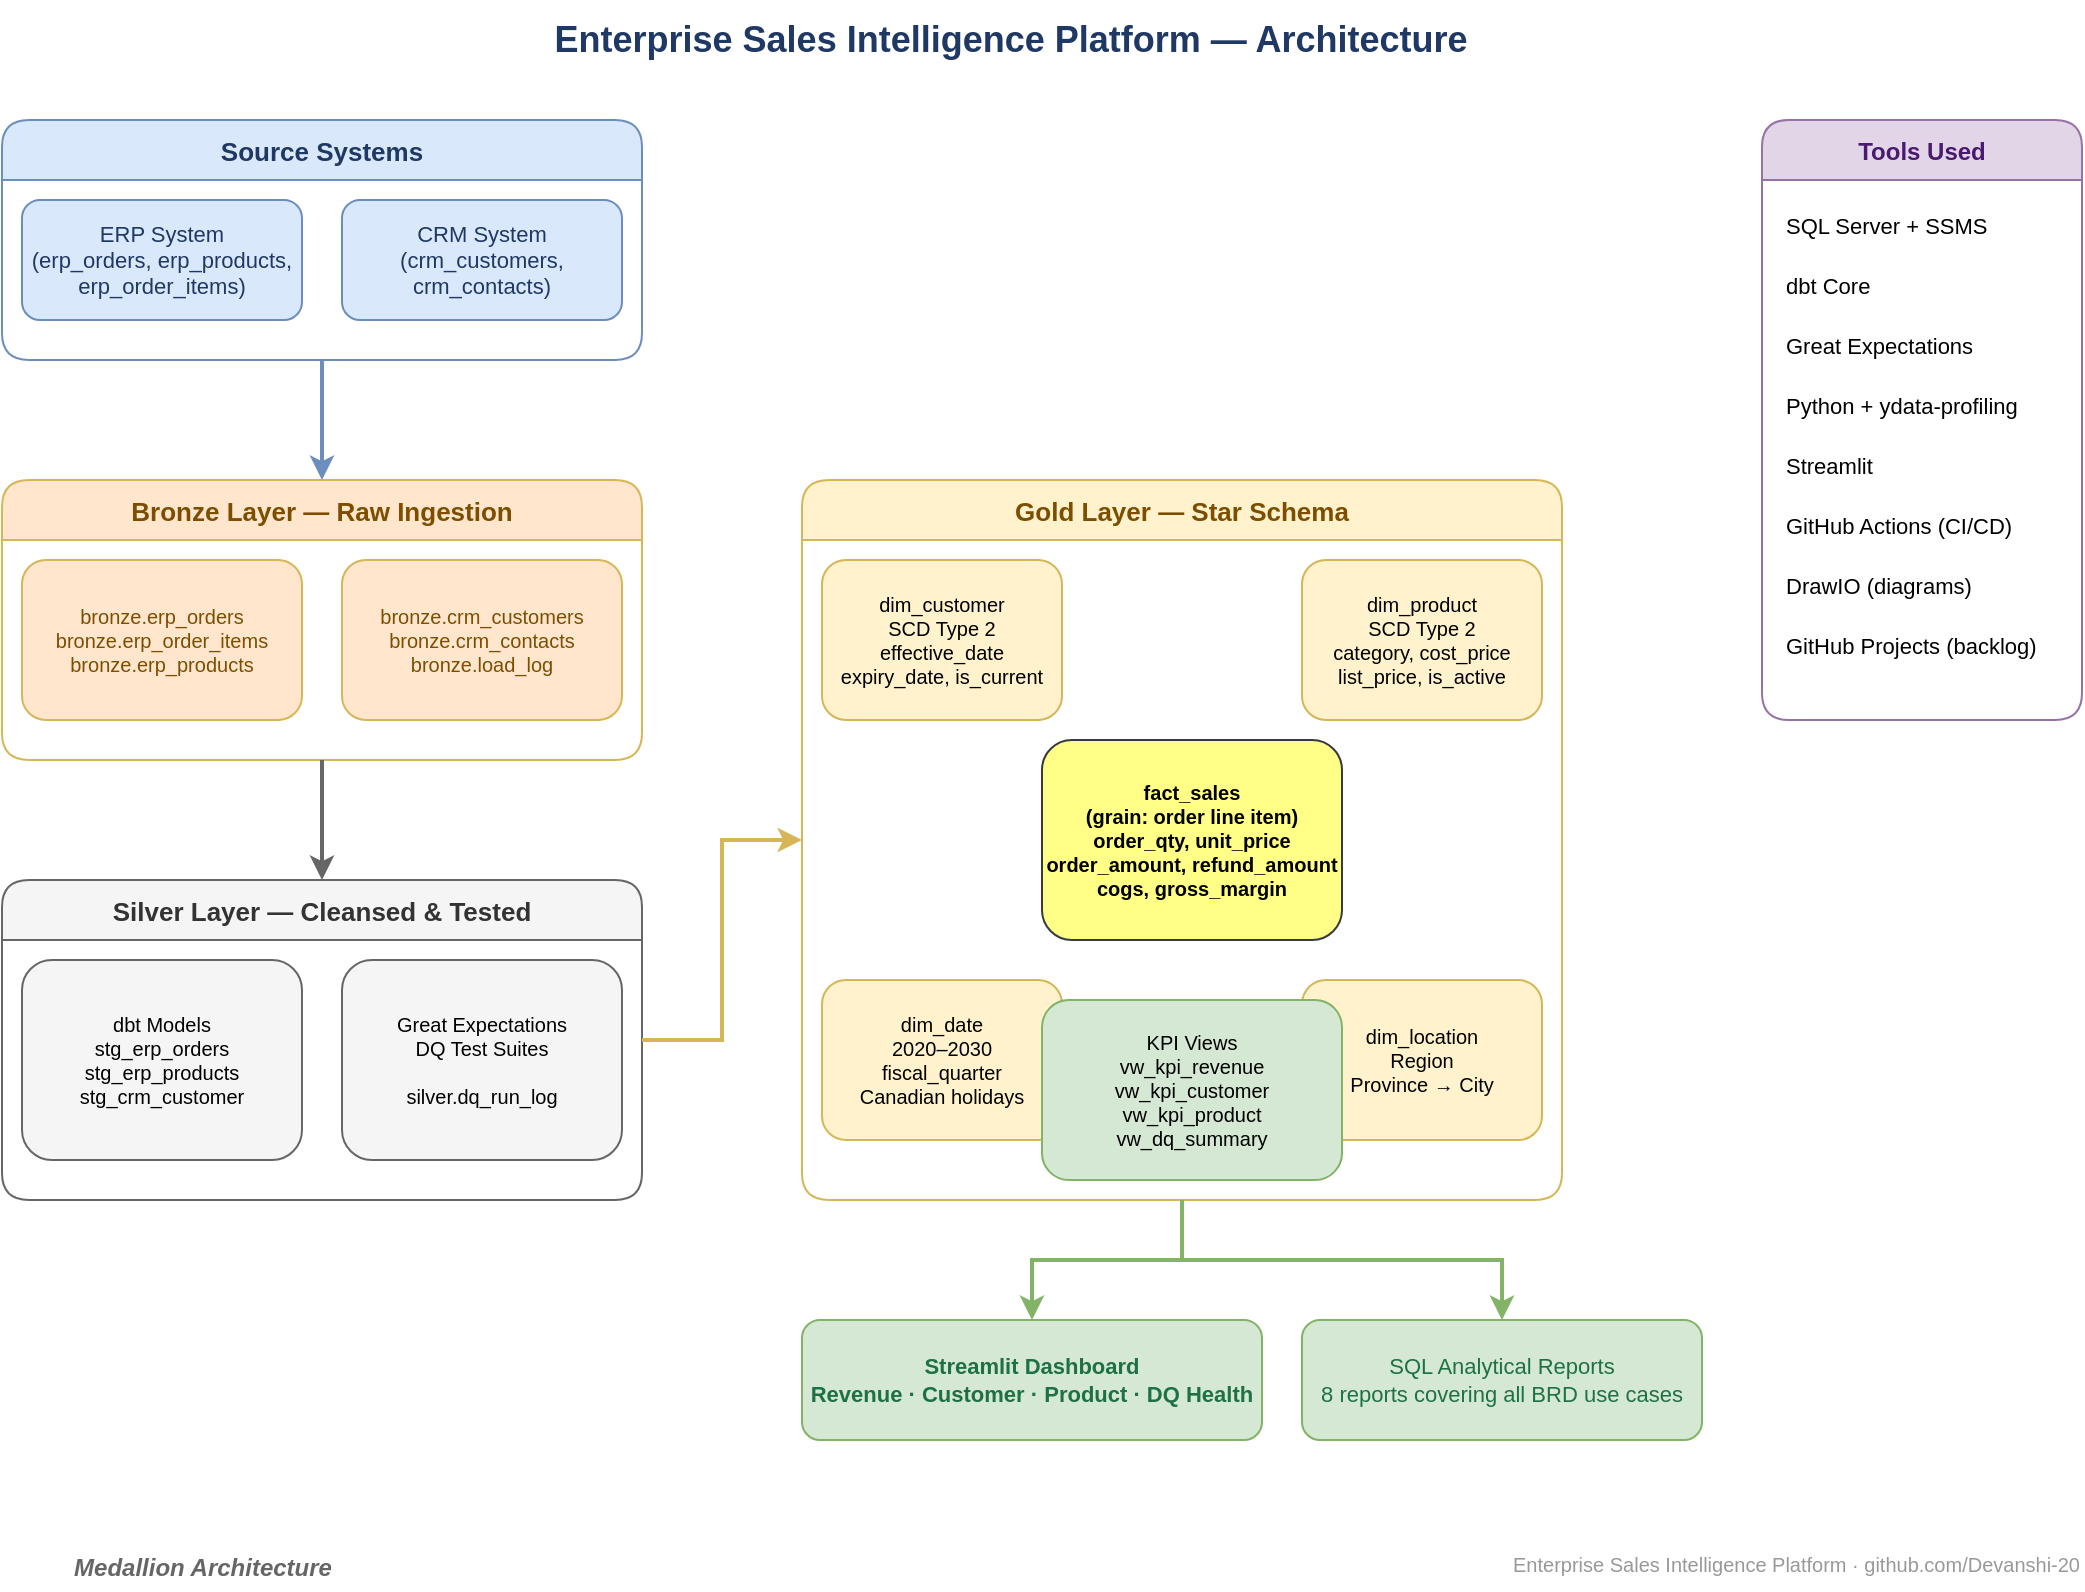
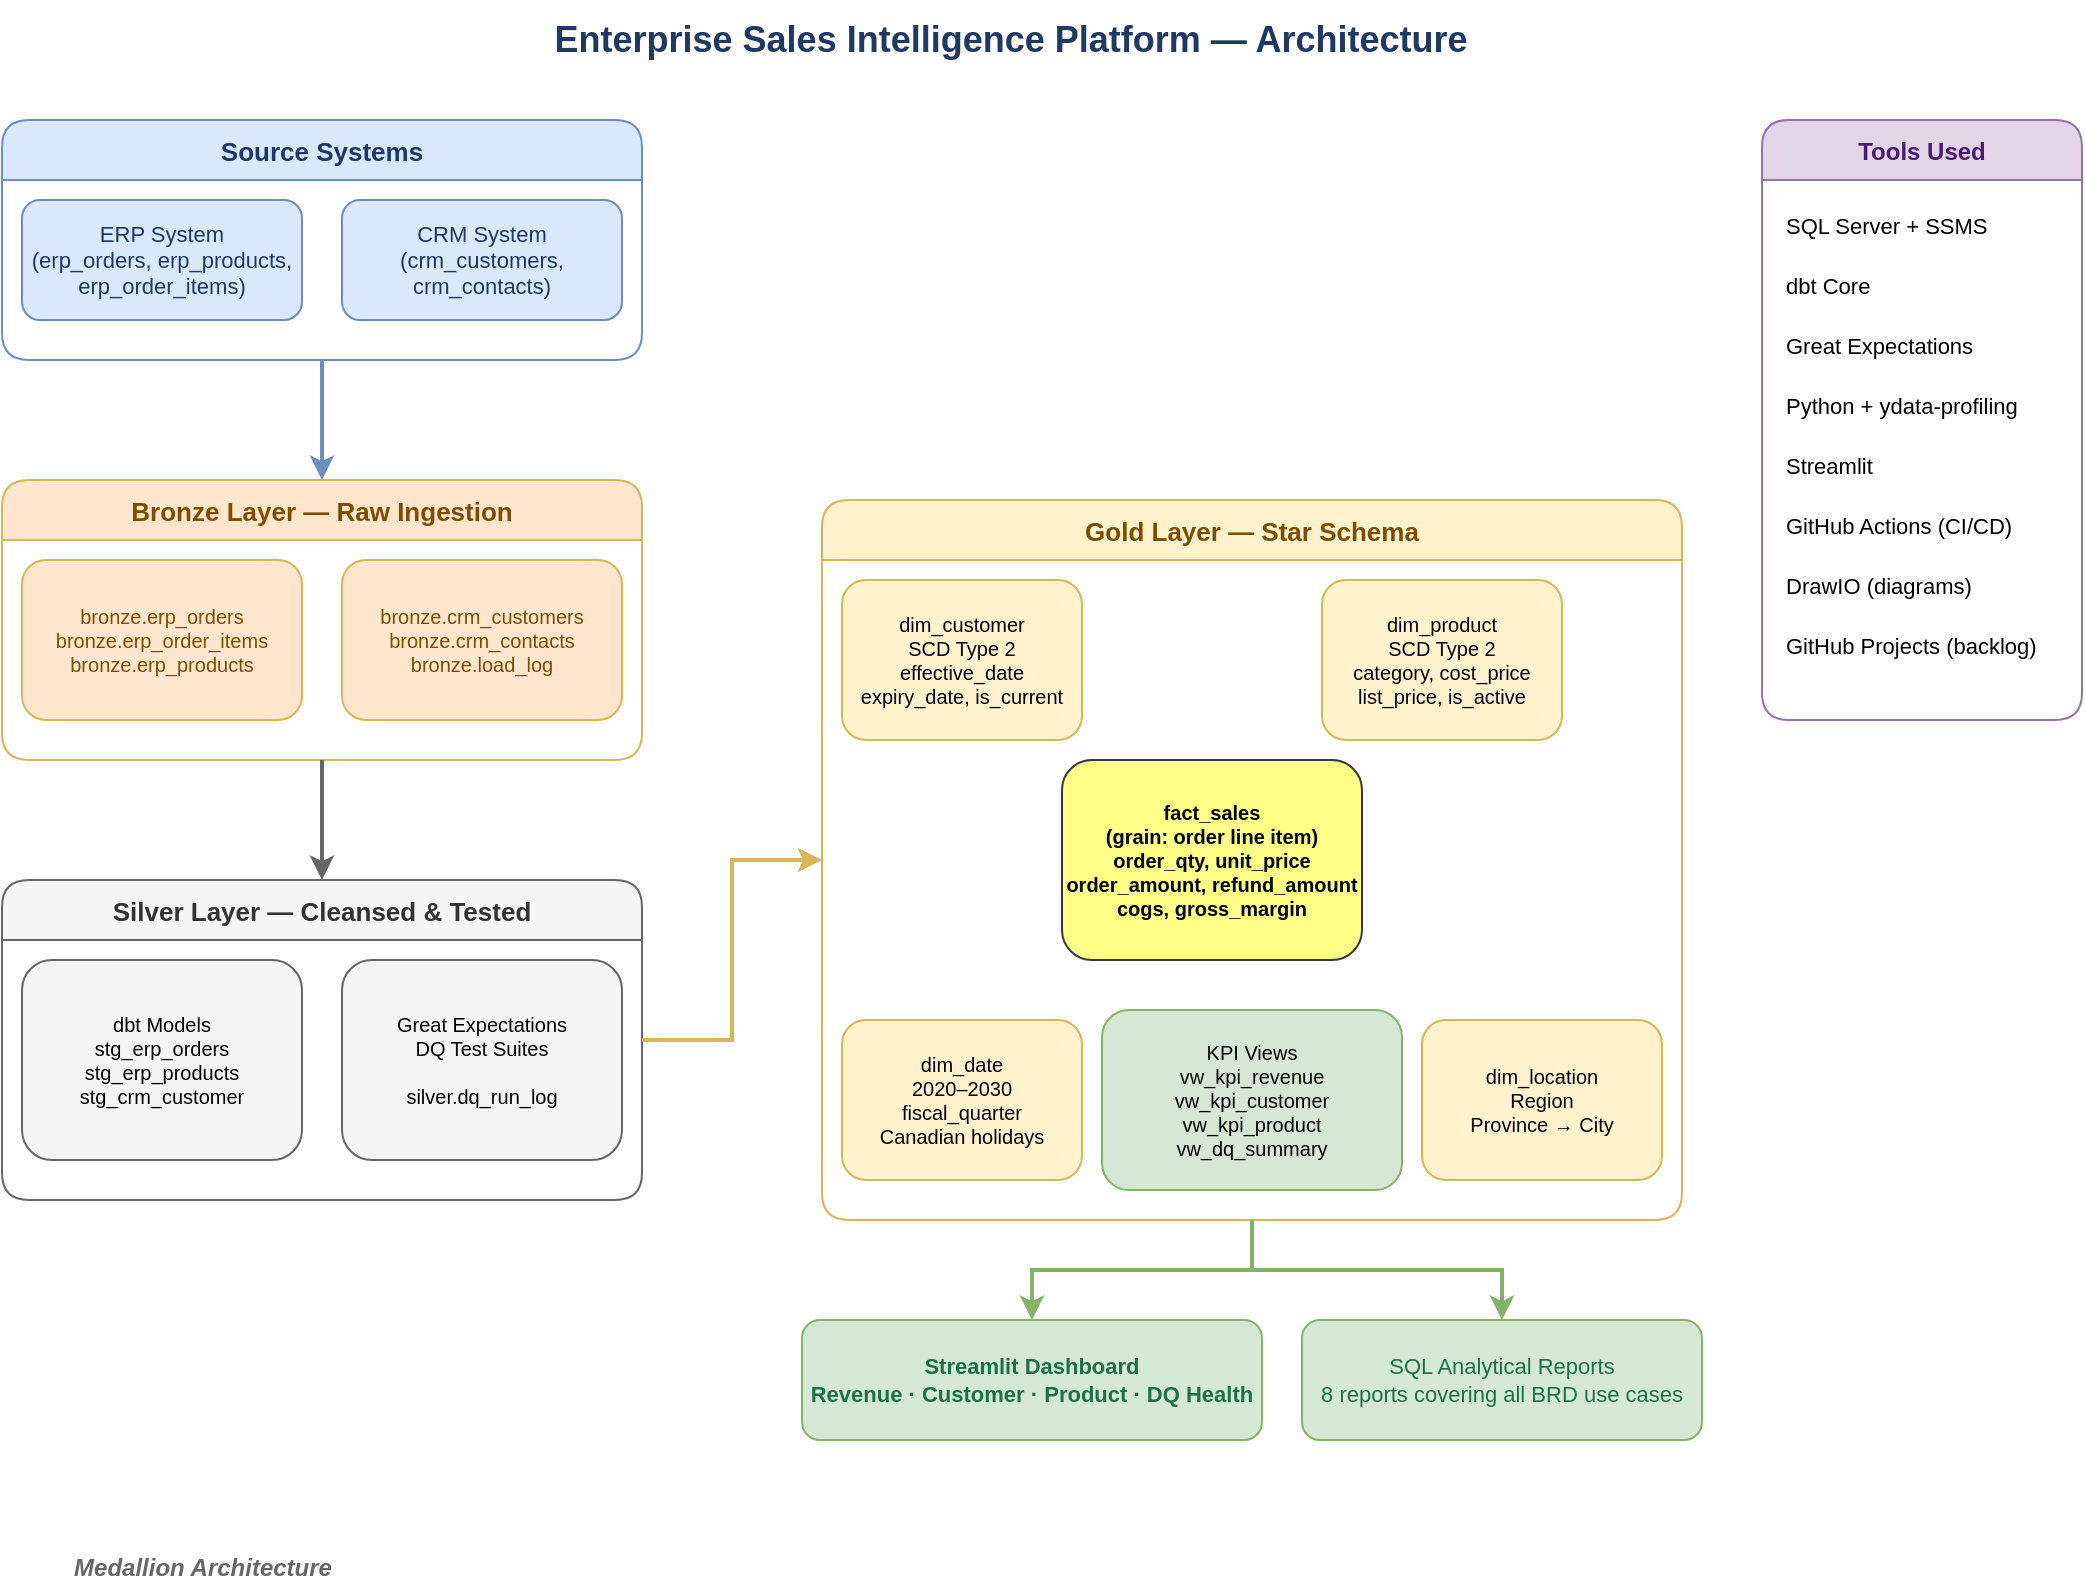
- <mxfile host="app.diagrams.net" version="21.0.0">
+ <mxfile host="app.diagrams.net">
  <diagram name="Architecture" id="architecture">
-     <mxGraphModel dx="1422" dy="762" grid="1" gridSize="10" guides="1" tooltips="1" connect="1" arrows="1" fold="1" page="1" pageScale="1" pageWidth="1169" pageHeight="827" math="0" shadow="0">
+     <mxGraphModel dx="1278" dy="825" grid="1" gridSize="10" guides="1" tooltips="1" connect="1" arrows="1" fold="1" page="1" pageScale="1" pageWidth="1169" pageHeight="827" math="0" shadow="0">
      <root>
-         <mxCell id="0"/>
-         <mxCell id="1" parent="0"/>
- 
-         <!-- TITLE -->
-         <mxCell id="title" value="Enterprise Sales Intelligence Platform — Architecture" style="text;html=1;strokeColor=none;fillColor=none;align=center;verticalAlign=middle;whiteSpace=wrap;rounded=0;fontSize=18;fontStyle=1;fontColor=#1F3864;" vertex="1" parent="1">
-           <mxGeometry x="200" y="20" width="769" height="40" as="geometry"/>
+         <mxCell id="0" />
+         <mxCell id="1" parent="0" />
+         <mxCell id="title" parent="1" style="text;html=1;strokeColor=none;fillColor=none;align=center;verticalAlign=middle;whiteSpace=wrap;rounded=0;fontSize=18;fontStyle=1;fontColor=#1F3864;" value="Enterprise Sales Intelligence Platform — Architecture" vertex="1">
+           <mxGeometry height="40" width="769" x="200" y="20" as="geometry" />
        </mxCell>
- 
-         <!-- SOURCE SYSTEMS CONTAINER -->
-         <mxCell id="src_container" value="Source Systems" style="swimlane;startSize=30;fillColor=#dae8fc;strokeColor=#6c8ebf;fontSize=13;fontStyle=1;fontColor=#1F3864;rounded=1;" vertex="1" parent="1">
-           <mxGeometry x="80" y="80" width="320" height="120" as="geometry"/>
+         <mxCell id="src_container" parent="1" style="swimlane;startSize=30;fillColor=#dae8fc;strokeColor=#6c8ebf;fontSize=13;fontStyle=1;fontColor=#1F3864;rounded=1;" value="Source Systems" vertex="1">
+           <mxGeometry height="120" width="320" x="80" y="80" as="geometry" />
        </mxCell>
-         <mxCell id="erp" value="ERP System&#xa;(erp_orders, erp_products, erp_order_items)" style="rounded=1;whiteSpace=wrap;html=1;fillColor=#dae8fc;strokeColor=#6c8ebf;fontSize=11;fontColor=#1F3864;" vertex="1" parent="src_container">
-           <mxGeometry x="10" y="40" width="140" height="60" as="geometry"/>
+         <mxCell id="erp" parent="src_container" style="rounded=1;whiteSpace=wrap;html=1;fillColor=#dae8fc;strokeColor=#6c8ebf;fontSize=11;fontColor=#1F3864;" value="ERP System&#xa;(erp_orders, erp_products, erp_order_items)" vertex="1">
+           <mxGeometry height="60" width="140" x="10" y="40" as="geometry" />
        </mxCell>
-         <mxCell id="crm" value="CRM System&#xa;(crm_customers, crm_contacts)" style="rounded=1;whiteSpace=wrap;html=1;fillColor=#dae8fc;strokeColor=#6c8ebf;fontSize=11;fontColor=#1F3864;" vertex="1" parent="src_container">
-           <mxGeometry x="170" y="40" width="140" height="60" as="geometry"/>
+         <mxCell id="crm" parent="src_container" style="rounded=1;whiteSpace=wrap;html=1;fillColor=#dae8fc;strokeColor=#6c8ebf;fontSize=11;fontColor=#1F3864;" value="CRM System&#xa;(crm_customers, crm_contacts)" vertex="1">
+           <mxGeometry height="60" width="140" x="170" y="40" as="geometry" />
        </mxCell>
- 
-         <!-- BRONZE LAYER -->
-         <mxCell id="bronze_container" value="Bronze Layer — Raw Ingestion" style="swimlane;startSize=30;fillColor=#ffe6cc;strokeColor=#d6b656;fontSize=13;fontStyle=1;fontColor=#7d4e00;rounded=1;" vertex="1" parent="1">
-           <mxGeometry x="80" y="260" width="320" height="140" as="geometry"/>
+         <mxCell id="bronze_container" parent="1" style="swimlane;startSize=30;fillColor=#ffe6cc;strokeColor=#d6b656;fontSize=13;fontStyle=1;fontColor=#7d4e00;rounded=1;" value="Bronze Layer — Raw Ingestion" vertex="1">
+           <mxGeometry height="140" width="320" x="80" y="260" as="geometry" />
        </mxCell>
-         <mxCell id="bronze_erp" value="bronze.erp_orders&#xa;bronze.erp_order_items&#xa;bronze.erp_products" style="rounded=1;whiteSpace=wrap;html=1;fillColor=#ffe6cc;strokeColor=#d6b656;fontSize=10;fontColor=#7d4e00;" vertex="1" parent="bronze_container">
-           <mxGeometry x="10" y="40" width="140" height="80" as="geometry"/>
+         <mxCell id="bronze_erp" parent="bronze_container" style="rounded=1;whiteSpace=wrap;html=1;fillColor=#ffe6cc;strokeColor=#d6b656;fontSize=10;fontColor=#7d4e00;" value="bronze.erp_orders&#xa;bronze.erp_order_items&#xa;bronze.erp_products" vertex="1">
+           <mxGeometry height="80" width="140" x="10" y="40" as="geometry" />
        </mxCell>
-         <mxCell id="bronze_crm" value="bronze.crm_customers&#xa;bronze.crm_contacts&#xa;bronze.load_log" style="rounded=1;whiteSpace=wrap;html=1;fillColor=#ffe6cc;strokeColor=#d6b656;fontSize=10;fontColor=#7d4e00;" vertex="1" parent="bronze_container">
-           <mxGeometry x="170" y="40" width="140" height="80" as="geometry"/>
+         <mxCell id="bronze_crm" parent="bronze_container" style="rounded=1;whiteSpace=wrap;html=1;fillColor=#ffe6cc;strokeColor=#d6b656;fontSize=10;fontColor=#7d4e00;" value="bronze.crm_customers&#xa;bronze.crm_contacts&#xa;bronze.load_log" vertex="1">
+           <mxGeometry height="80" width="140" x="170" y="40" as="geometry" />
        </mxCell>
- 
-         <!-- SILVER LAYER -->
-         <mxCell id="silver_container" value="Silver Layer — Cleansed &amp; Tested" style="swimlane;startSize=30;fillColor=#f5f5f5;strokeColor=#666666;fontSize=13;fontStyle=1;fontColor=#333333;rounded=1;" vertex="1" parent="1">
-           <mxGeometry x="80" y="460" width="320" height="160" as="geometry"/>
+         <mxCell id="silver_container" parent="1" style="swimlane;startSize=30;fillColor=#f5f5f5;strokeColor=#666666;fontSize=13;fontStyle=1;fontColor=#333333;rounded=1;" value="Silver Layer — Cleansed &amp; Tested" vertex="1">
+           <mxGeometry height="160" width="320" x="80" y="460" as="geometry" />
        </mxCell>
-         <mxCell id="silver_dbt" value="dbt Models&#xa;stg_erp_orders&#xa;stg_erp_products&#xa;stg_crm_customer" style="rounded=1;whiteSpace=wrap;html=1;fillColor=#f5f5f5;strokeColor=#666666;fontSize=10;" vertex="1" parent="silver_container">
-           <mxGeometry x="10" y="40" width="140" height="100" as="geometry"/>
+         <mxCell id="silver_dbt" parent="silver_container" style="rounded=1;whiteSpace=wrap;html=1;fillColor=#f5f5f5;strokeColor=#666666;fontSize=10;" value="dbt Models&#xa;stg_erp_orders&#xa;stg_erp_products&#xa;stg_crm_customer" vertex="1">
+           <mxGeometry height="100" width="140" x="10" y="40" as="geometry" />
        </mxCell>
-         <mxCell id="silver_ge" value="Great Expectations&#xa;DQ Test Suites&#xa;&#xa;silver.dq_run_log" style="rounded=1;whiteSpace=wrap;html=1;fillColor=#f5f5f5;strokeColor=#666666;fontSize=10;" vertex="1" parent="silver_container">
-           <mxGeometry x="170" y="40" width="140" height="100" as="geometry"/>
+         <mxCell id="silver_ge" parent="silver_container" style="rounded=1;whiteSpace=wrap;html=1;fillColor=#f5f5f5;strokeColor=#666666;fontSize=10;" value="Great Expectations&#xa;DQ Test Suites&#xa;&#xa;silver.dq_run_log" vertex="1">
+           <mxGeometry height="100" width="140" x="170" y="40" as="geometry" />
        </mxCell>
- 
-         <!-- GOLD LAYER -->
-         <mxCell id="gold_container" value="Gold Layer — Star Schema" style="swimlane;startSize=30;fillColor=#fff2cc;strokeColor=#d6b656;fontSize=13;fontStyle=1;fontColor=#7d4e00;rounded=1;" vertex="1" parent="1">
-           <mxGeometry x="480" y="260" width="380" height="360" as="geometry"/>
+         <mxCell id="gold_container" parent="1" style="swimlane;startSize=30;fillColor=#fff2cc;strokeColor=#d6b656;fontSize=13;fontStyle=1;fontColor=#7d4e00;rounded=1;" value="Gold Layer — Star Schema" vertex="1">
+           <mxGeometry height="360" width="430" x="490" y="270" as="geometry" />
        </mxCell>
-         <mxCell id="fact" value="fact_sales&#xa;(grain: order line item)&#xa;order_qty, unit_price&#xa;order_amount, refund_amount&#xa;cogs, gross_margin" style="rounded=1;whiteSpace=wrap;html=1;fillColor=#ffff88;strokeColor=#36393d;fontSize=10;fontStyle=1;" vertex="1" parent="gold_container">
-           <mxGeometry x="120" y="130" width="150" height="100" as="geometry"/>
+         <mxCell id="fact" parent="gold_container" style="rounded=1;whiteSpace=wrap;html=1;fillColor=#ffff88;strokeColor=#36393d;fontSize=10;fontStyle=1;" value="fact_sales&#xa;(grain: order line item)&#xa;order_qty, unit_price&#xa;order_amount, refund_amount&#xa;cogs, gross_margin" vertex="1">
+           <mxGeometry height="100" width="150" x="120" y="130" as="geometry" />
        </mxCell>
-         <mxCell id="dim_cust" value="dim_customer&#xa;SCD Type 2&#xa;effective_date&#xa;expiry_date, is_current" style="rounded=1;whiteSpace=wrap;html=1;fillColor=#fff2cc;strokeColor=#d6b656;fontSize=10;" vertex="1" parent="gold_container">
-           <mxGeometry x="10" y="40" width="120" height="80" as="geometry"/>
+         <mxCell id="dim_cust" parent="gold_container" style="rounded=1;whiteSpace=wrap;html=1;fillColor=#fff2cc;strokeColor=#d6b656;fontSize=10;" value="dim_customer&#xa;SCD Type 2&#xa;effective_date&#xa;expiry_date, is_current" vertex="1">
+           <mxGeometry height="80" width="120" x="10" y="40" as="geometry" />
        </mxCell>
-         <mxCell id="dim_prod" value="dim_product&#xa;SCD Type 2&#xa;category, cost_price&#xa;list_price, is_active" style="rounded=1;whiteSpace=wrap;html=1;fillColor=#fff2cc;strokeColor=#d6b656;fontSize=10;" vertex="1" parent="gold_container">
-           <mxGeometry x="250" y="40" width="120" height="80" as="geometry"/>
+         <mxCell id="dim_prod" parent="gold_container" style="rounded=1;whiteSpace=wrap;html=1;fillColor=#fff2cc;strokeColor=#d6b656;fontSize=10;" value="dim_product&#xa;SCD Type 2&#xa;category, cost_price&#xa;list_price, is_active" vertex="1">
+           <mxGeometry height="80" width="120" x="250" y="40" as="geometry" />
        </mxCell>
-         <mxCell id="dim_date" value="dim_date&#xa;2020–2030&#xa;fiscal_quarter&#xa;Canadian holidays" style="rounded=1;whiteSpace=wrap;html=1;fillColor=#fff2cc;strokeColor=#d6b656;fontSize=10;" vertex="1" parent="gold_container">
-           <mxGeometry x="10" y="250" width="120" height="80" as="geometry"/>
+         <mxCell id="dim_date" parent="gold_container" style="rounded=1;whiteSpace=wrap;html=1;fillColor=#fff2cc;strokeColor=#d6b656;fontSize=10;" value="dim_date&#xa;2020–2030&#xa;fiscal_quarter&#xa;Canadian holidays" vertex="1">
+           <mxGeometry height="80" width="120" x="10" y="260" as="geometry" />
        </mxCell>
-         <mxCell id="dim_loc" value="dim_location&#xa;Region&#xa;Province → City" style="rounded=1;whiteSpace=wrap;html=1;fillColor=#fff2cc;strokeColor=#d6b656;fontSize=10;" vertex="1" parent="gold_container">
-           <mxGeometry x="250" y="250" width="120" height="80" as="geometry"/>
+         <mxCell id="dim_loc" parent="gold_container" style="rounded=1;whiteSpace=wrap;html=1;fillColor=#fff2cc;strokeColor=#d6b656;fontSize=10;" value="dim_location&#xa;Region&#xa;Province → City" vertex="1">
+           <mxGeometry height="80" width="120" x="300" y="260" as="geometry" />
        </mxCell>
-         <mxCell id="kpi_views" value="KPI Views&#xa;vw_kpi_revenue&#xa;vw_kpi_customer&#xa;vw_kpi_product&#xa;vw_dq_summary" style="rounded=1;whiteSpace=wrap;html=1;fillColor=#d5e8d4;strokeColor=#82b366;fontSize=10;" vertex="1" parent="gold_container">
-           <mxGeometry x="120" y="260" width="150" height="90" as="geometry"/>
+         <mxCell id="kpi_views" parent="gold_container" style="rounded=1;whiteSpace=wrap;html=1;fillColor=#d5e8d4;strokeColor=#82b366;fontSize=10;" value="KPI Views&#xa;vw_kpi_revenue&#xa;vw_kpi_customer&#xa;vw_kpi_product&#xa;vw_dq_summary" vertex="1">
+           <mxGeometry height="90" width="150" x="140" y="255" as="geometry" />
        </mxCell>
- 
-         <!-- CONSUMPTION LAYER -->
-         <mxCell id="dash" value="Streamlit Dashboard&#xa;Revenue · Customer · Product · DQ Health" style="rounded=1;whiteSpace=wrap;html=1;fillColor=#d5e8d4;strokeColor=#82b366;fontSize=11;fontStyle=1;fontColor=#1E7145;" vertex="1" parent="1">
-           <mxGeometry x="480" y="680" width="230" height="60" as="geometry"/>
+         <mxCell id="dash" parent="1" style="rounded=1;whiteSpace=wrap;html=1;fillColor=#d5e8d4;strokeColor=#82b366;fontSize=11;fontStyle=1;fontColor=#1E7145;" value="Streamlit Dashboard&#xa;Revenue · Customer · Product · DQ Health" vertex="1">
+           <mxGeometry height="60" width="230" x="480" y="680" as="geometry" />
        </mxCell>
-         <mxCell id="reports" value="SQL Analytical Reports&#xa;8 reports covering all BRD use cases" style="rounded=1;whiteSpace=wrap;html=1;fillColor=#d5e8d4;strokeColor=#82b366;fontSize=11;fontColor=#1E7145;" vertex="1" parent="1">
-           <mxGeometry x="730" y="680" width="200" height="60" as="geometry"/>
+         <mxCell id="reports" parent="1" style="rounded=1;whiteSpace=wrap;html=1;fillColor=#d5e8d4;strokeColor=#82b366;fontSize=11;fontColor=#1E7145;" value="SQL Analytical Reports&#xa;8 reports covering all BRD use cases" vertex="1">
+           <mxGeometry height="60" width="200" x="730" y="680" as="geometry" />
        </mxCell>
- 
-         <!-- TOOLS SIDEBAR -->
-         <mxCell id="tools" value="Tools Used" style="swimlane;startSize=30;fillColor=#e1d5e7;strokeColor=#9673a6;fontSize=12;fontStyle=1;fontColor=#4a1a6e;rounded=1;" vertex="1" parent="1">
-           <mxGeometry x="960" y="80" width="160" height="300" as="geometry"/>
+         <mxCell id="tools" parent="1" style="swimlane;startSize=30;fillColor=#e1d5e7;strokeColor=#9673a6;fontSize=12;fontStyle=1;fontColor=#4a1a6e;rounded=1;" value="Tools Used" vertex="1">
+           <mxGeometry height="300" width="160" x="960" y="80" as="geometry" />
        </mxCell>
-         <mxCell id="t1" value="SQL Server + SSMS" style="text;html=1;strokeColor=none;fillColor=none;align=left;verticalAlign=middle;fontSize=11;" vertex="1" parent="tools">
-           <mxGeometry x="10" y="40" width="140" height="25" as="geometry"/>
+         <mxCell id="t1" parent="tools" style="text;html=1;strokeColor=none;fillColor=none;align=left;verticalAlign=middle;fontSize=11;" value="SQL Server + SSMS" vertex="1">
+           <mxGeometry height="25" width="140" x="10" y="40" as="geometry" />
        </mxCell>
-         <mxCell id="t2" value="dbt Core" style="text;html=1;strokeColor=none;fillColor=none;align=left;verticalAlign=middle;fontSize=11;" vertex="1" parent="tools">
-           <mxGeometry x="10" y="70" width="140" height="25" as="geometry"/>
+         <mxCell id="t2" parent="tools" style="text;html=1;strokeColor=none;fillColor=none;align=left;verticalAlign=middle;fontSize=11;" value="dbt Core" vertex="1">
+           <mxGeometry height="25" width="140" x="10" y="70" as="geometry" />
        </mxCell>
-         <mxCell id="t3" value="Great Expectations" style="text;html=1;strokeColor=none;fillColor=none;align=left;verticalAlign=middle;fontSize=11;" vertex="1" parent="tools">
-           <mxGeometry x="10" y="100" width="140" height="25" as="geometry"/>
+         <mxCell id="t3" parent="tools" style="text;html=1;strokeColor=none;fillColor=none;align=left;verticalAlign=middle;fontSize=11;" value="Great Expectations" vertex="1">
+           <mxGeometry height="25" width="140" x="10" y="100" as="geometry" />
        </mxCell>
-         <mxCell id="t4" value="Python + ydata-profiling" style="text;html=1;strokeColor=none;fillColor=none;align=left;verticalAlign=middle;fontSize=11;" vertex="1" parent="tools">
-           <mxGeometry x="10" y="130" width="140" height="25" as="geometry"/>
+         <mxCell id="t4" parent="tools" style="text;html=1;strokeColor=none;fillColor=none;align=left;verticalAlign=middle;fontSize=11;" value="Python + ydata-profiling" vertex="1">
+           <mxGeometry height="25" width="140" x="10" y="130" as="geometry" />
        </mxCell>
-         <mxCell id="t5" value="Streamlit" style="text;html=1;strokeColor=none;fillColor=none;align=left;verticalAlign=middle;fontSize=11;" vertex="1" parent="tools">
-           <mxGeometry x="10" y="160" width="140" height="25" as="geometry"/>
+         <mxCell id="t5" parent="tools" style="text;html=1;strokeColor=none;fillColor=none;align=left;verticalAlign=middle;fontSize=11;" value="Streamlit" vertex="1">
+           <mxGeometry height="25" width="140" x="10" y="160" as="geometry" />
        </mxCell>
-         <mxCell id="t6" value="GitHub Actions (CI/CD)" style="text;html=1;strokeColor=none;fillColor=none;align=left;verticalAlign=middle;fontSize=11;" vertex="1" parent="tools">
-           <mxGeometry x="10" y="190" width="140" height="25" as="geometry"/>
+         <mxCell id="t6" parent="tools" style="text;html=1;strokeColor=none;fillColor=none;align=left;verticalAlign=middle;fontSize=11;" value="GitHub Actions (CI/CD)" vertex="1">
+           <mxGeometry height="25" width="140" x="10" y="190" as="geometry" />
        </mxCell>
-         <mxCell id="t7" value="DrawIO (diagrams)" style="text;html=1;strokeColor=none;fillColor=none;align=left;verticalAlign=middle;fontSize=11;" vertex="1" parent="tools">
-           <mxGeometry x="10" y="220" width="140" height="25" as="geometry"/>
+         <mxCell id="t7" parent="tools" style="text;html=1;strokeColor=none;fillColor=none;align=left;verticalAlign=middle;fontSize=11;" value="DrawIO (diagrams)" vertex="1">
+           <mxGeometry height="25" width="140" x="10" y="220" as="geometry" />
        </mxCell>
-         <mxCell id="t8" value="GitHub Projects (backlog)" style="text;html=1;strokeColor=none;fillColor=none;align=left;verticalAlign=middle;fontSize=11;" vertex="1" parent="tools">
-           <mxGeometry x="10" y="250" width="140" height="25" as="geometry"/>
+         <mxCell id="t8" parent="tools" style="text;html=1;strokeColor=none;fillColor=none;align=left;verticalAlign=middle;fontSize=11;" value="GitHub Projects (backlog)" vertex="1">
+           <mxGeometry height="25" width="140" x="10" y="250" as="geometry" />
        </mxCell>
- 
-         <!-- ARROWS source → bronze -->
-         <mxCell id="a1" style="edgeStyle=orthogonalEdgeStyle;rounded=0;orthogonalLoop=1;jettySize=auto;exitX=0.5;exitY=1;exitDx=0;exitDy=0;entryX=0.5;entryY=0;entryDx=0;entryDy=0;strokeColor=#6c8ebf;strokeWidth=2;" edge="1" source="src_container" target="bronze_container" parent="1">
-           <mxGeometry relative="1" as="geometry"/>
+         <mxCell id="a1" edge="1" parent="1" source="src_container" style="edgeStyle=orthogonalEdgeStyle;rounded=0;orthogonalLoop=1;jettySize=auto;exitX=0.5;exitY=1;exitDx=0;exitDy=0;entryX=0.5;entryY=0;entryDx=0;entryDy=0;strokeColor=#6c8ebf;strokeWidth=2;" target="bronze_container">
+           <mxGeometry relative="1" as="geometry" />
        </mxCell>
-         <!-- bronze → silver -->
-         <mxCell id="a2" style="edgeStyle=orthogonalEdgeStyle;rounded=0;strokeColor=#666666;strokeWidth=2;" edge="1" source="bronze_container" target="silver_container" parent="1">
-           <mxGeometry relative="1" as="geometry"/>
+         <mxCell id="a2" edge="1" parent="1" source="bronze_container" style="edgeStyle=orthogonalEdgeStyle;rounded=0;strokeColor=#666666;strokeWidth=2;" target="silver_container">
+           <mxGeometry relative="1" as="geometry" />
        </mxCell>
-         <!-- silver → gold -->
-         <mxCell id="a3" style="edgeStyle=orthogonalEdgeStyle;rounded=0;strokeColor=#d6b656;strokeWidth=2;" edge="1" source="silver_container" target="gold_container" parent="1">
-           <mxGeometry relative="1" as="geometry"/>
+         <mxCell id="a3" edge="1" parent="1" source="silver_container" style="edgeStyle=orthogonalEdgeStyle;rounded=0;strokeColor=#d6b656;strokeWidth=2;" target="gold_container">
+           <mxGeometry relative="1" as="geometry" />
        </mxCell>
-         <!-- gold → dashboard -->
-         <mxCell id="a4" style="edgeStyle=orthogonalEdgeStyle;rounded=0;strokeColor=#82b366;strokeWidth=2;" edge="1" source="gold_container" target="dash" parent="1">
-           <mxGeometry relative="1" as="geometry"/>
+         <mxCell id="a4" edge="1" parent="1" source="gold_container" style="edgeStyle=orthogonalEdgeStyle;rounded=0;strokeColor=#82b366;strokeWidth=2;" target="dash">
+           <mxGeometry relative="1" as="geometry" />
        </mxCell>
-         <!-- gold → reports -->
-         <mxCell id="a5" style="edgeStyle=orthogonalEdgeStyle;rounded=0;strokeColor=#82b366;strokeWidth=2;" edge="1" source="gold_container" target="reports" parent="1">
-           <mxGeometry relative="1" as="geometry"/>
+         <mxCell id="a5" edge="1" parent="1" source="gold_container" style="edgeStyle=orthogonalEdgeStyle;rounded=0;strokeColor=#82b366;strokeWidth=2;" target="reports">
+           <mxGeometry relative="1" as="geometry" />
        </mxCell>
- 
-         <!-- MEDALLION LABEL -->
-         <mxCell id="med_label" value="Medallion Architecture" style="text;html=1;strokeColor=none;fillColor=none;align=center;fontSize=12;fontStyle=3;fontColor=#666666;" vertex="1" parent="1">
-           <mxGeometry x="80" y="790" width="200" height="25" as="geometry"/>
+         <mxCell id="med_label" parent="1" style="text;html=1;strokeColor=none;fillColor=none;align=center;fontSize=12;fontStyle=3;fontColor=#666666;" value="Medallion Architecture" vertex="1">
+           <mxGeometry height="25" width="200" x="80" y="790" as="geometry" />
        </mxCell>
-         <mxCell id="credit" value="Enterprise Sales Intelligence Platform · github.com/Devanshi-20" style="text;html=1;strokeColor=none;fillColor=none;align=right;fontSize=10;fontColor=#999999;" vertex="1" parent="1">
-           <mxGeometry x="700" y="790" width="420" height="25" as="geometry"/>
-         </mxCell>
- 
      </root>
    </mxGraphModel>
  </diagram>
</mxfile>
